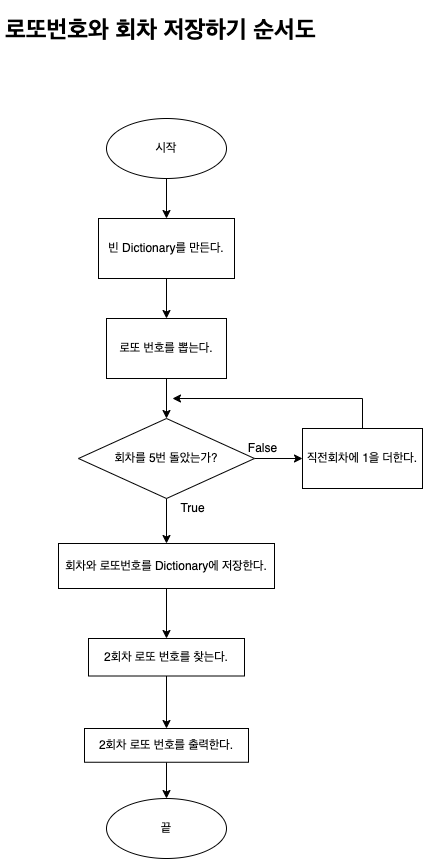
Above: CodeStarterCamp_Week2/checkLottoNumber.drawio.png in yagom-academy/swift-starter-Round2 (draw.io), before the change. Source tidied: cells renumbered, new cells last; positions are measured from the earlier drawing's top-left corner, leaving out a move shared by most shapes.
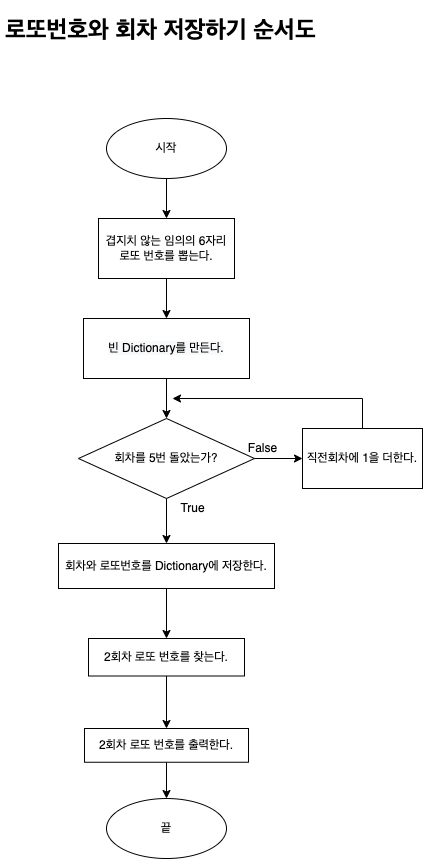
Above is the later version.

What changed in the source:
```diff
@@ -14,14 +14,14 @@
     <mxCell id="5" style="edgeStyle=orthogonalEdgeStyle;rounded=0;jettySize=auto;html=1;" parent="1" edge="1" source="6" target="8">
       <mxGeometry relative="1" as="geometry" />
     </mxCell>
-    <mxCell id="6" value="빈 Dictionary를 만든다." style="whiteSpace=wrap;html=1;" parent="1" vertex="1">
+    <mxCell id="6" value="겹지치 않는 임의의 6자리 로또 번호를 뽑는다." style="whiteSpace=wrap;html=1;" parent="1" vertex="1">
       <mxGeometry x="98" y="208" width="136" height="60" as="geometry" />
     </mxCell>
     <mxCell id="7" style="edgeStyle=orthogonalEdgeStyle;rounded=0;jettySize=auto;html=1;" parent="1" edge="1" source="8" target="11">
       <mxGeometry relative="1" as="geometry" />
     </mxCell>
-    <mxCell id="8" value="로또 번호를 뽑는다." style="whiteSpace=wrap;html=1;" parent="1" vertex="1">
-      <mxGeometry x="106" y="308" width="120" height="60" as="geometry" />
+    <mxCell id="8" value="&lt;meta charset=&quot;utf-8&quot;&gt;&lt;span style=&quot;color: rgb(0, 0, 0); font-family: helvetica; font-size: 12px; font-style: normal; font-weight: 400; letter-spacing: normal; text-align: center; text-indent: 0px; text-transform: none; word-spacing: 0px; background-color: rgb(248, 249, 250); display: inline; float: none;&quot;&gt;빈 Dictionary를 만든다.&lt;/span&gt;&lt;br style=&quot;color: rgb(0, 0, 0); font-family: helvetica; font-size: 12px; font-style: normal; font-weight: 400; letter-spacing: normal; text-align: center; text-indent: 0px; text-transform: none; word-spacing: 0px; background-color: rgb(248, 249, 250);&quot;&gt;" style="whiteSpace=wrap;html=1;" parent="1" vertex="1">
+      <mxGeometry x="83" y="308" width="166" height="60" as="geometry" />
     </mxCell>
     <mxCell id="9" style="edgeStyle=orthogonalEdgeStyle;rounded=0;jettySize=auto;html=1;" parent="1" edge="1" source="11" target="13">
       <mxGeometry relative="1" as="geometry" />
```
